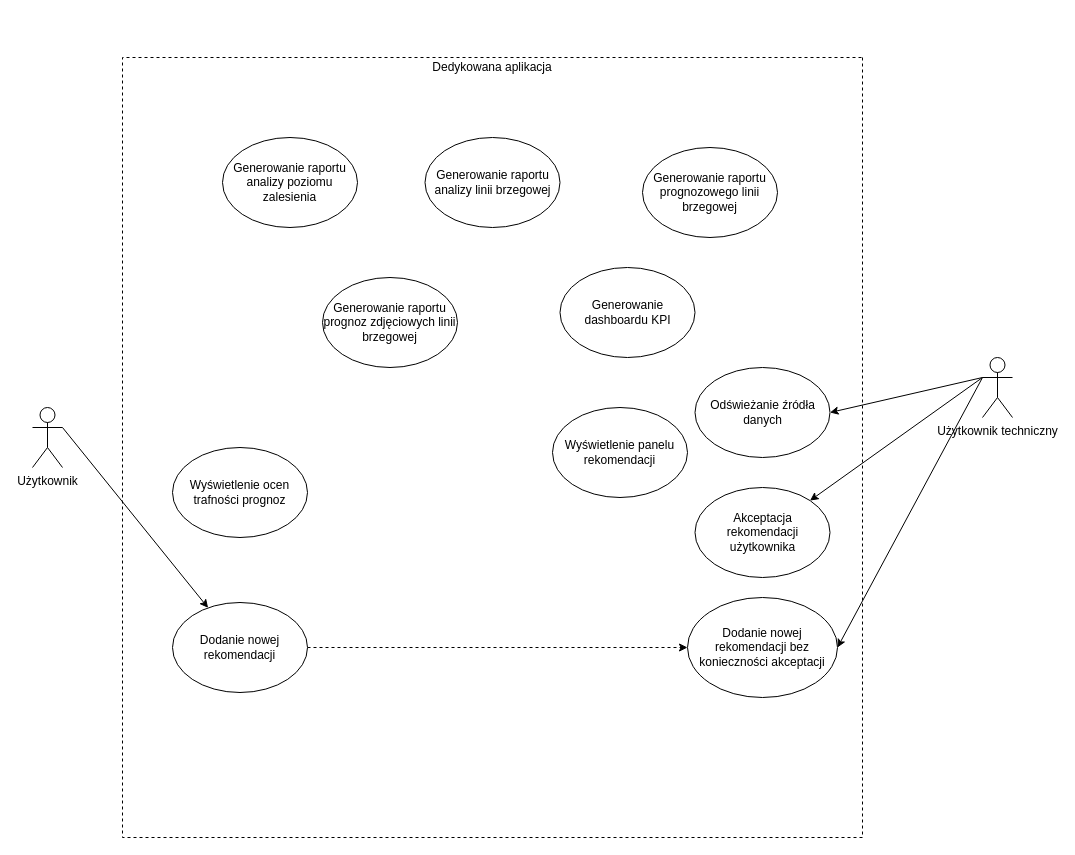
WSEImacowsky/SDLC keeps this draw.io diagram as Use case diagram.drawio. Above is the earlier version. Source tidied: cells renumbered, new cells numbered last; positions are measured from the earlier drawing's top-left corner, leaving out a move shared by most shapes. Both pictures are drawn from the tidied source at 100%, with x=0, y=0 at pixel (32, 57).
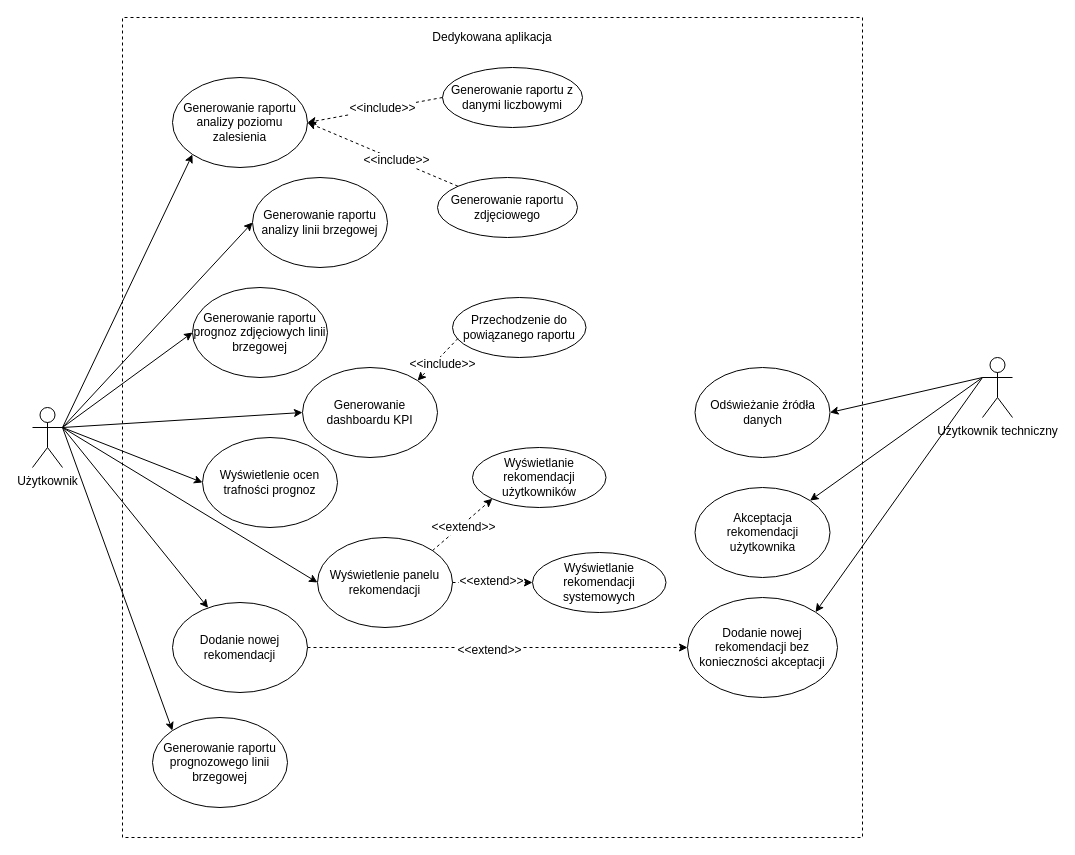
The same page after the edit.

Unchanged cells that the change refers to:
```xml
<mxCell id="13" style="edgeStyle=orthogonalEdgeStyle;rounded=0;jettySize=auto;html=1;dashed=1;exitX=1;exitY=0.5;exitDx=0;exitDy=0;entryX=0;entryY=0.5;entryDx=0;entryDy=0;" parent="1" edge="1" source="14" target="16">
  <mxGeometry relative="1" as="geometry" />
</mxCell>
<mxCell id="16" value="Dodanie nowej rekomendacji bez konieczności akceptacji" style="ellipse;whiteSpace=wrap;html=1;" parent="1" vertex="1">
  <mxGeometry x="655" y="540" width="150" height="100" as="geometry" />
</mxCell>
```

What changed in the source:
```diff
@@
     <mxCell id="2" style="rounded=0;whiteSpace=wrap;html=1;dashed=1;rotation=90;" parent="1" vertex="1">
-      <mxGeometry x="70" y="20" width="780" height="740" as="geometry" />
+      <mxGeometry x="50" width="820" height="740" as="geometry" />
     </mxCell>
     <mxCell id="3" value="Dedykowana aplikacja" style="text;html=1;strokeColor=none;fillColor=none;align=center;verticalAlign=middle;whiteSpace=wrap;rounded=0;dashed=1;" parent="1" vertex="1">
-      <mxGeometry x="370" width="180" height="20" as="geometry" />
+      <mxGeometry x="370" y="-30" width="180" height="20" as="geometry" />
     </mxCell>
     <mxCell id="4" value="Generowanie raportu analizy poziomu zalesienia" style="ellipse;whiteSpace=wrap;html=1;" parent="1" vertex="1">
-      <mxGeometry x="190" y="80" width="135" height="90" as="geometry" />
+      <mxGeometry x="140" y="20" width="135" height="90" as="geometry" />
     </mxCell>
     <mxCell id="5" value="Generowanie raportu analizy linii brzegowej" style="ellipse;whiteSpace=wrap;html=1;" parent="1" vertex="1">
-      <mxGeometry x="392.5" y="80" width="135" height="90" as="geometry" />
+      <mxGeometry x="220" y="120" width="135" height="90" as="geometry" />
     </mxCell>
     <mxCell id="6" value="Generowanie raportu prognoz zdjęciowych linii brzegowej" style="ellipse;whiteSpace=wrap;html=1;" parent="1" vertex="1">
-      <mxGeometry x="290" y="220" width="135" height="90" as="geometry" />
+      <mxGeometry x="160" y="230" width="135" height="90" as="geometry" />
     </mxCell>
     <mxCell id="7" value="Generowanie raportu prognozowego linii brzegowej" style="ellipse;whiteSpace=wrap;html=1;" parent="1" vertex="1">
-      <mxGeometry x="610" y="90" width="135" height="90" as="geometry" />
+      <mxGeometry x="120" y="660" width="135" height="90" as="geometry" />
     </mxCell>
     <mxCell id="8" value="Generowanie dashboardu KPI" style="ellipse;whiteSpace=wrap;html=1;" parent="1" vertex="1">
-      <mxGeometry x="527.5" y="210" width="135" height="90" as="geometry" />
+      <mxGeometry x="270" y="310" width="135" height="90" as="geometry" />
     </mxCell>
     <mxCell id="9" value="Wyświetlenie ocen trafności prognoz" style="ellipse;whiteSpace=wrap;html=1;" parent="1" vertex="1">
-      <mxGeometry x="140" y="390" width="135" height="90" as="geometry" />
+      <mxGeometry x="170" y="380" width="135" height="90" as="geometry" />
     </mxCell>
     <mxCell id="10" value="Wyświetlenie panelu rekomendacji" style="ellipse;whiteSpace=wrap;html=1;" parent="1" vertex="1">
-      <mxGeometry x="520" y="350" width="135" height="90" as="geometry" />
+      <mxGeometry x="285" y="480" width="135" height="90" as="geometry" />
     </mxCell>
@@
+    <mxCell id="22" value="&amp;lt;&amp;lt;extend&amp;gt;&amp;gt;" style="text;html=1;align=center;verticalAlign=middle;labelBackgroundColor=#ffffff;" parent="13" vertex="1">
+      <mxGeometry x="-0.05" y="-2" relative="1" as="geometry" />
+    </mxCell>
@@
-    <mxCell id="19" style="endArrow=classic;html=1;entryX=1;entryY=0.5;entryDx=0;entryDy=0;" parent="1" edge="1" target="16">
+    <mxCell id="19" style="endArrow=classic;html=1;entryX=1;entryY=0;entryDx=0;entryDy=0;" parent="1" edge="1" target="16">
       <mxGeometry relative="1" as="geometry">
         <mxPoint x="950" y="320" as="sourcePoint" />
       </mxGeometry>
     </mxCell>
@@
+    <mxCell id="23" style="endArrow=classic;html=1;entryX=0;entryY=0.5;entryDx=0;entryDy=0;" parent="1" edge="1" target="9">
+      <mxGeometry relative="1" as="geometry">
+        <mxPoint x="30" y="370" as="sourcePoint" />
+      </mxGeometry>
+    </mxCell>
+    <mxCell id="24" style="endArrow=classic;html=1;entryX=0;entryY=0.5;entryDx=0;entryDy=0;" parent="1" edge="1" target="8">
+      <mxGeometry relative="1" as="geometry">
+        <mxPoint x="30" y="370" as="sourcePoint" />
+      </mxGeometry>
+    </mxCell>
+    <mxCell id="25" style="endArrow=classic;html=1;entryX=0;entryY=0.5;entryDx=0;entryDy=0;" parent="1" edge="1" target="6">
+      <mxGeometry relative="1" as="geometry">
+        <mxPoint x="30" y="370" as="sourcePoint" />
+      </mxGeometry>
+    </mxCell>
+    <mxCell id="26" style="endArrow=classic;html=1;entryX=0;entryY=0.5;entryDx=0;entryDy=0;" parent="1" edge="1" target="5">
+      <mxGeometry relative="1" as="geometry">
+        <mxPoint x="30" y="370" as="sourcePoint" />
+      </mxGeometry>
+    </mxCell>
+    <mxCell id="27" style="endArrow=classic;html=1;entryX=0;entryY=1;entryDx=0;entryDy=0;" parent="1" edge="1" target="4">
+      <mxGeometry relative="1" as="geometry">
+        <mxPoint x="30" y="370" as="sourcePoint" />
+      </mxGeometry>
+    </mxCell>
+    <mxCell id="28" style="endArrow=classic;html=1;entryX=0;entryY=0;entryDx=0;entryDy=0;" parent="1" edge="1" target="7">
+      <mxGeometry relative="1" as="geometry">
+        <mxPoint x="30" y="370" as="sourcePoint" />
+      </mxGeometry>
+    </mxCell>
+    <mxCell id="29" style="endArrow=classic;html=1;entryX=0;entryY=0.5;entryDx=0;entryDy=0;" parent="1" edge="1" target="10">
+      <mxGeometry relative="1" as="geometry">
+        <mxPoint x="30" y="370" as="sourcePoint" />
+      </mxGeometry>
+    </mxCell>
+    <mxCell id="30" value="Generowanie raportu z danymi liczbowymi" style="ellipse;whiteSpace=wrap;html=1;" parent="1" vertex="1">
+      <mxGeometry x="410" y="10" width="140" height="60" as="geometry" />
+    </mxCell>
+    <mxCell id="31" value="Generowanie raportu zdjęciowego" style="ellipse;whiteSpace=wrap;html=1;" parent="1" vertex="1">
+      <mxGeometry x="405" y="120" width="140" height="60" as="geometry" />
+    </mxCell>
+    <mxCell id="32" style="endArrow=classic;html=1;entryX=1;entryY=0.5;entryDx=0;entryDy=0;exitX=0;exitY=0;exitDx=0;exitDy=0;dashed=1;" parent="1" edge="1" source="31" target="4">
+      <mxGeometry relative="1" as="geometry" />
+    </mxCell>
+    <mxCell id="33" value="&amp;lt;&amp;lt;include&amp;gt;&amp;gt;" style="text;html=1;align=center;verticalAlign=middle;labelBackgroundColor=#ffffff;" parent="32" vertex="1">
+      <mxGeometry x="-0.17" relative="1" as="geometry">
+        <mxPoint x="1" as="offset" />
+      </mxGeometry>
+    </mxCell>
+    <mxCell id="34" style="endArrow=classic;html=1;entryX=1;entryY=0.5;entryDx=0;entryDy=0;exitX=0;exitY=0.5;exitDx=0;exitDy=0;dashed=1;" parent="1" edge="1" source="30" target="4">
+      <mxGeometry relative="1" as="geometry" />
+    </mxCell>
+    <mxCell id="35" value="&amp;lt;&amp;lt;include&amp;gt;&amp;gt;" style="text;html=1;align=center;verticalAlign=middle;labelBackgroundColor=#ffffff;" parent="34" vertex="1">
+      <mxGeometry x="0.15" y="3" relative="1" as="geometry">
+        <mxPoint x="17.1" y="-7.3" as="offset" />
+      </mxGeometry>
+    </mxCell>
+    <mxCell id="36" value="Przechodzenie do powiązanego raportu" style="ellipse;whiteSpace=wrap;html=1;" parent="1" vertex="1">
+      <mxGeometry x="420" y="240" width="133.5" height="60" as="geometry" />
+    </mxCell>
+    <mxCell id="37" style="endArrow=classic;html=1;entryX=1;entryY=0;entryDx=0;entryDy=0;exitX=0.041;exitY=0.683;exitDx=0;exitDy=0;dashed=1;exitPerimeter=0;" parent="1" edge="1" source="36" target="8">
+      <mxGeometry relative="1" as="geometry" />
+    </mxCell>
+    <mxCell id="38" value="&amp;lt;&amp;lt;include&amp;gt;&amp;gt;" style="text;html=1;align=center;verticalAlign=middle;labelBackgroundColor=#ffffff;" parent="37" vertex="1">
+      <mxGeometry x="-0.17" relative="1" as="geometry">
+        <mxPoint x="1" y="8.3" as="offset" />
+      </mxGeometry>
+    </mxCell>
+    <mxCell id="39" value="Wyświetlanie rekomendacji użytkowników" style="ellipse;whiteSpace=wrap;html=1;" parent="1" vertex="1">
+      <mxGeometry x="440" y="390" width="133.5" height="60" as="geometry" />
+    </mxCell>
+    <mxCell id="40" value="Wyświetlanie rekomendacji systemowych" style="ellipse;whiteSpace=wrap;html=1;" parent="1" vertex="1">
+      <mxGeometry x="500" y="495" width="133.5" height="60" as="geometry" />
+    </mxCell>
+    <mxCell id="41" style="endArrow=classic;html=1;entryX=0;entryY=1;entryDx=0;entryDy=0;exitX=1;exitY=0;exitDx=0;exitDy=0;dashed=1;" parent="1" edge="1" source="10" target="39">
+      <mxGeometry relative="1" as="geometry" />
+    </mxCell>
+    <mxCell id="42" value="&amp;lt;&amp;lt;extend&amp;gt;&amp;gt;" style="text;html=1;align=center;verticalAlign=middle;labelBackgroundColor=#ffffff;" parent="41" vertex="1">
+      <mxGeometry x="-0.17" relative="1" as="geometry">
+        <mxPoint x="5" y="-1.5" as="offset" />
+      </mxGeometry>
+    </mxCell>
+    <mxCell id="43" style="endArrow=classic;html=1;entryX=0;entryY=0.5;entryDx=0;entryDy=0;exitX=1;exitY=0.5;exitDx=0;exitDy=0;dashed=1;" parent="1" edge="1" source="10" target="40">
+      <mxGeometry relative="1" as="geometry" />
+    </mxCell>
+    <mxCell id="44" value="&amp;lt;&amp;lt;extend&amp;gt;&amp;gt;" style="text;html=1;align=center;verticalAlign=middle;labelBackgroundColor=#ffffff;" parent="43" vertex="1">
+      <mxGeometry x="-0.17" relative="1" as="geometry">
+        <mxPoint x="5" y="-1.5" as="offset" />
+      </mxGeometry>
+    </mxCell>
```
